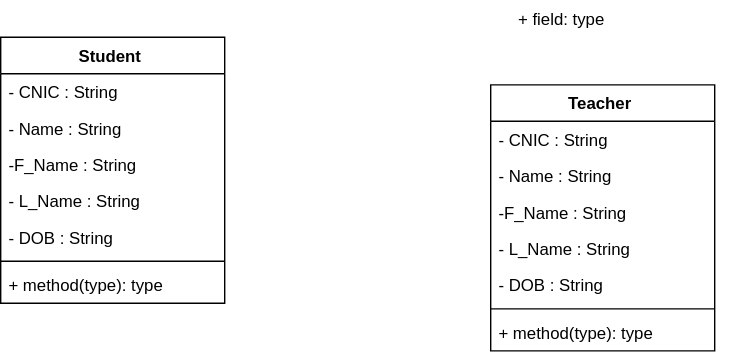
Above: Class Diagram.drawio.svg in Zaeem6100/FYP-Documents (draw.io), before the change. Source tidied: cells renumbered, new cells last; positions are measured from the earlier drawing's top-left corner, leaving out a move shared by most shapes.
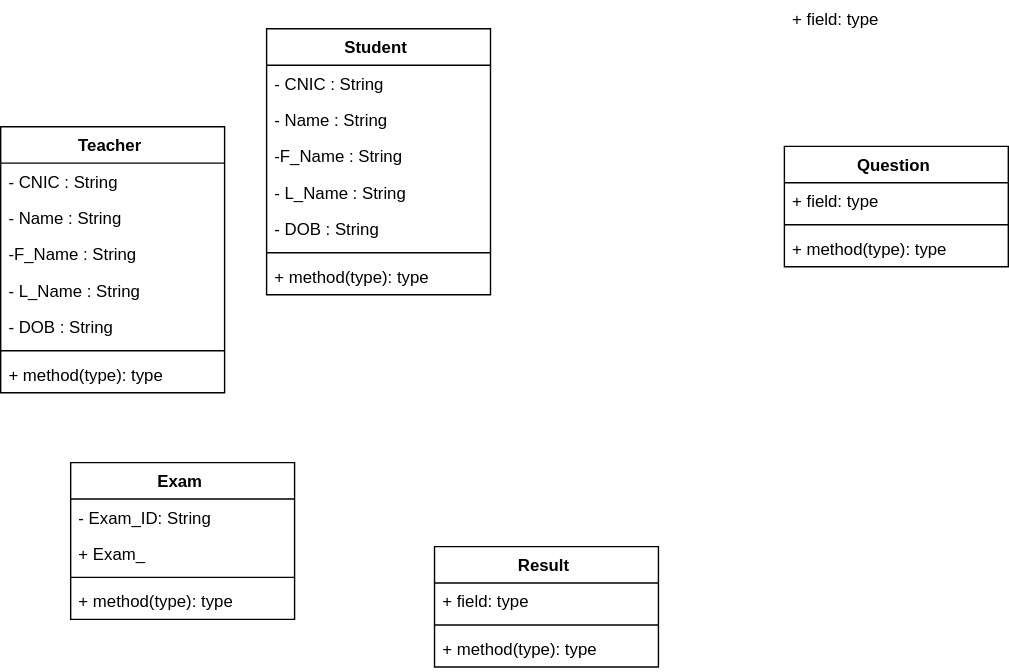
Later version of the same file.

What changed in the source:
```diff
@@ -3,7 +3,7 @@
     <mxCell id="0" />
     <mxCell id="1" parent="0" />
     <mxCell id="2" value="Student " style="swimlane;fontStyle=1;align=center;verticalAlign=top;horizontal=1;startSize=26;" parent="1" vertex="1">
-      <mxGeometry y="26" width="160" height="190" as="geometry" />
+      <mxGeometry x="180" y="-20" width="160" height="190" as="geometry" />
     </mxCell>
     <mxCell id="3" value="- CNIC : String&#10; " style="text;strokeColor=none;fillColor=none;align=left;verticalAlign=top;spacingLeft=4;spacingRight=4;overflow=hidden;" parent="2" vertex="1">
       <mxGeometry y="26" width="160" height="26" as="geometry" />
@@ -27,10 +27,10 @@
       <mxGeometry y="164" width="160" height="26" as="geometry" />
     </mxCell>
     <mxCell id="10" value="+ field: type" style="text;strokeColor=none;fillColor=none;align=left;verticalAlign=top;spacingLeft=4;spacingRight=4;overflow=hidden;" parent="1" vertex="1">
-      <mxGeometry x="364" width="160" height="26" as="geometry" />
+      <mxGeometry x="550" y="-40" width="160" height="26" as="geometry" />
     </mxCell>
     <mxCell id="11" value="Teacher " style="swimlane;fontStyle=1;align=center;verticalAlign=top;horizontal=1;startSize=26;" parent="1" vertex="1">
-      <mxGeometry x="350" y="60" width="160" height="190" as="geometry" />
+      <mxGeometry x="-10" y="50" width="160" height="190" as="geometry" />
     </mxCell>
     <mxCell id="12" value="- CNIC : String&#10; " style="text;strokeColor=none;fillColor=none;align=left;verticalAlign=top;spacingLeft=4;spacingRight=4;overflow=hidden;" parent="11" vertex="1">
       <mxGeometry y="26" width="160" height="26" as="geometry" />
@@ -53,5 +53,44 @@
     <mxCell id="18" value="+ method(type): type" style="text;strokeColor=none;fillColor=none;align=left;verticalAlign=top;spacingLeft=4;spacingRight=4;overflow=hidden;" parent="11" vertex="1">
       <mxGeometry y="164" width="160" height="26" as="geometry" />
     </mxCell>
+    <mxCell id="19" value="Exam " style="swimlane;fontStyle=1;align=center;verticalAlign=top;horizontal=1;startSize=26;" parent="1" vertex="1">
+      <mxGeometry x="40" y="290" width="160" height="112" as="geometry" />
+    </mxCell>
+    <mxCell id="20" value="- Exam_ID: String" style="text;strokeColor=none;fillColor=none;align=left;verticalAlign=top;spacingLeft=4;spacingRight=4;overflow=hidden;" parent="19" vertex="1">
+      <mxGeometry y="26" width="160" height="26" as="geometry" />
+    </mxCell>
+    <mxCell id="21" value="+ Exam_" style="text;strokeColor=none;fillColor=none;align=left;verticalAlign=top;spacingLeft=4;spacingRight=4;overflow=hidden;" parent="19" vertex="1">
+      <mxGeometry y="52" width="160" height="26" as="geometry" />
+    </mxCell>
+    <mxCell id="22" style="line;strokeWidth=1;fillColor=none;align=left;verticalAlign=middle;spacingTop=-1;spacingLeft=3;spacingRight=3;labelPosition=right;" parent="19" vertex="1">
+      <mxGeometry y="78" width="160" height="8" as="geometry" />
+    </mxCell>
+    <mxCell id="23" value="+ method(type): type" style="text;strokeColor=none;fillColor=none;align=left;verticalAlign=top;spacingLeft=4;spacingRight=4;overflow=hidden;" parent="19" vertex="1">
+      <mxGeometry y="86" width="160" height="26" as="geometry" />
+    </mxCell>
+    <mxCell id="24" value="Question " style="swimlane;fontStyle=1;align=center;verticalAlign=top;horizontal=1;startSize=26;" parent="1" vertex="1">
+      <mxGeometry x="550" y="64" width="160" height="86" as="geometry" />
+    </mxCell>
+    <mxCell id="25" value="+ field: type" style="text;strokeColor=none;fillColor=none;align=left;verticalAlign=top;spacingLeft=4;spacingRight=4;overflow=hidden;" parent="24" vertex="1">
+      <mxGeometry y="26" width="160" height="26" as="geometry" />
+    </mxCell>
+    <mxCell id="26" style="line;strokeWidth=1;fillColor=none;align=left;verticalAlign=middle;spacingTop=-1;spacingLeft=3;spacingRight=3;labelPosition=right;" parent="24" vertex="1">
+      <mxGeometry y="52" width="160" height="8" as="geometry" />
+    </mxCell>
+    <mxCell id="27" value="+ method(type): type" style="text;strokeColor=none;fillColor=none;align=left;verticalAlign=top;spacingLeft=4;spacingRight=4;overflow=hidden;" parent="24" vertex="1">
+      <mxGeometry y="60" width="160" height="26" as="geometry" />
+    </mxCell>
+    <mxCell id="28" value="Result " style="swimlane;fontStyle=1;align=center;verticalAlign=top;horizontal=1;startSize=26;" parent="1" vertex="1">
+      <mxGeometry x="300" y="350" width="160" height="86" as="geometry" />
+    </mxCell>
+    <mxCell id="29" value="+ field: type" style="text;strokeColor=none;fillColor=none;align=left;verticalAlign=top;spacingLeft=4;spacingRight=4;overflow=hidden;" parent="28" vertex="1">
+      <mxGeometry y="26" width="160" height="26" as="geometry" />
+    </mxCell>
+    <mxCell id="30" style="line;strokeWidth=1;fillColor=none;align=left;verticalAlign=middle;spacingTop=-1;spacingLeft=3;spacingRight=3;labelPosition=right;" parent="28" vertex="1">
+      <mxGeometry y="52" width="160" height="8" as="geometry" />
+    </mxCell>
+    <mxCell id="31" value="+ method(type): type" style="text;strokeColor=none;fillColor=none;align=left;verticalAlign=top;spacingLeft=4;spacingRight=4;overflow=hidden;" parent="28" vertex="1">
+      <mxGeometry y="60" width="160" height="26" as="geometry" />
+    </mxCell>
   </root>
 </mxGraphModel>
```
